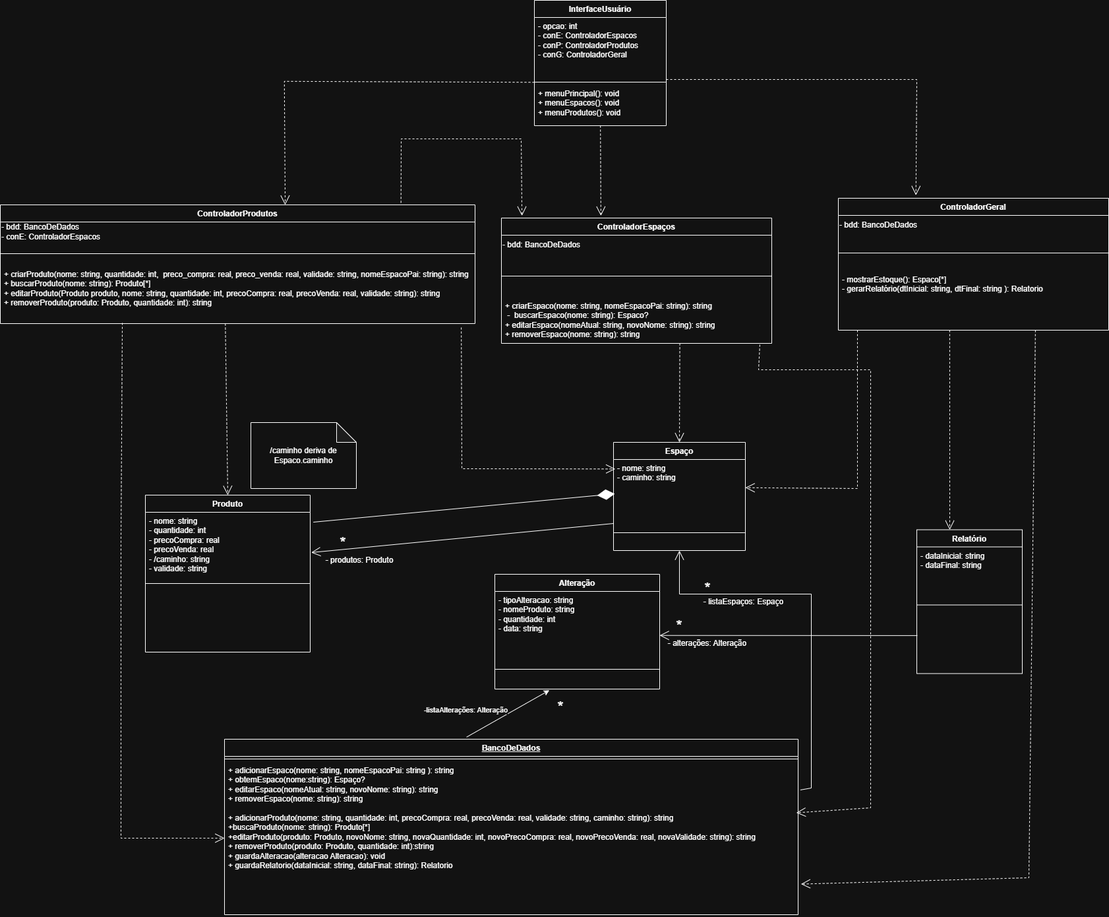
The draw.io diagram Documentos/diagramaDeClasses.png in ryquelmee/Controle-de-Estoque---Bar, before a commit. Source tidied: cells renumbered, new cells last; positions are measured from the earlier drawing's top-left corner, leaving out a move shared by most shapes.
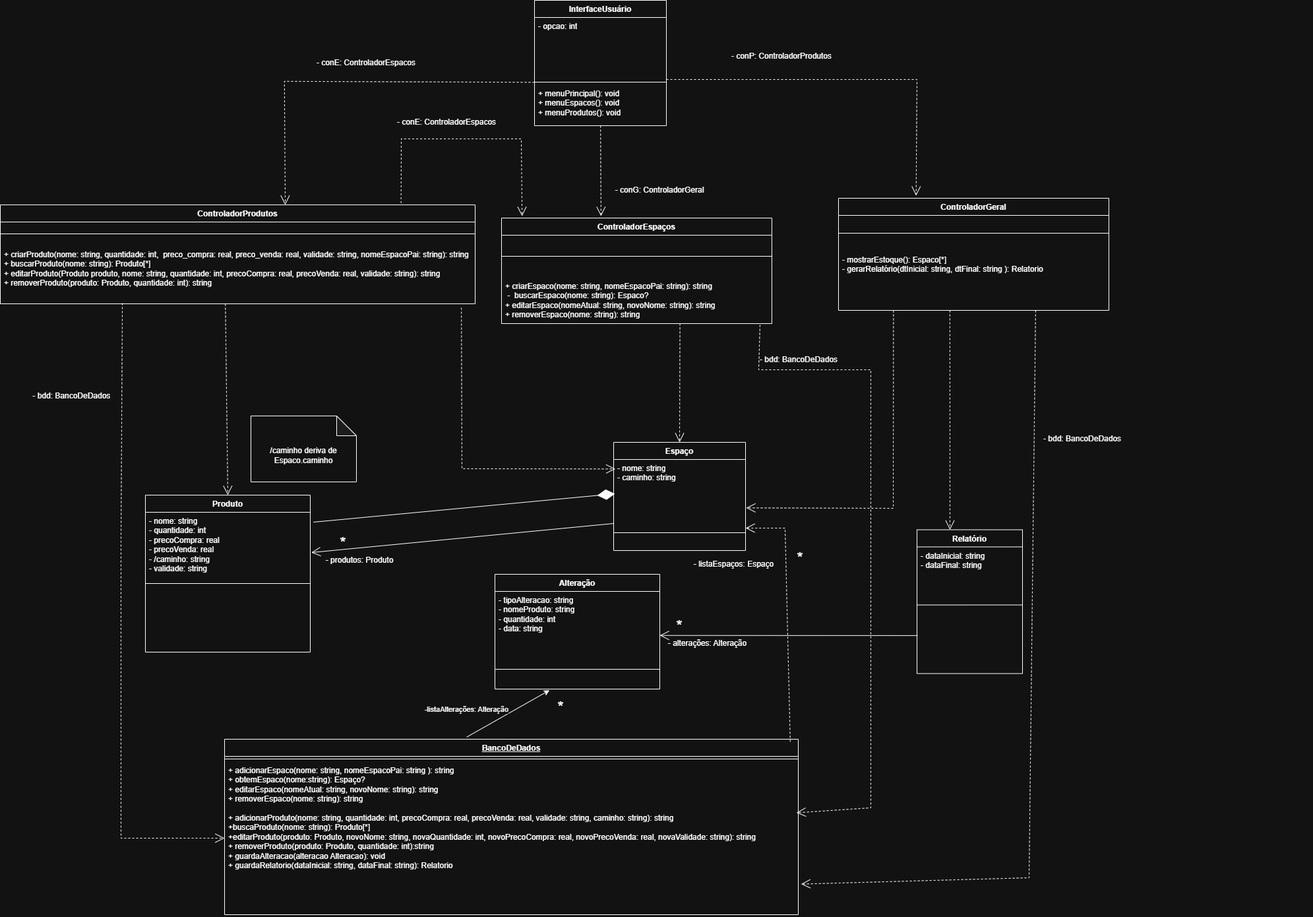
Above is the later version.

What changed in the source:
```diff
@@ -5,7 +5,7 @@
     <mxCell id="2" value="InterfaceUsuário" style="swimlane;fontStyle=1;align=center;verticalAlign=top;horizontal=1;startSize=26;whiteSpace=wrap;html=1;" parent="1" vertex="1">
       <mxGeometry x="810" width="200" height="190" as="geometry" />
     </mxCell>
-    <mxCell id="3" value="- opcao: int&lt;div&gt;- conE: ControladorEspacos&lt;/div&gt;&lt;div&gt;- conP: ControladorProdutos&lt;/div&gt;&lt;div&gt;- conG: ControladorGeral&lt;br&gt;&lt;div&gt;&lt;br&gt;&lt;/div&gt;&lt;/div&gt;" style="text;strokeColor=none;fillColor=none;align=left;verticalAlign=top;spacingLeft=4;spacingRight=4;overflow=hidden;whiteSpace=wrap;html=1;" parent="2" vertex="1">
+    <mxCell id="3" value="- opcao: int&lt;div&gt;&lt;br&gt;&lt;/div&gt;&lt;div&gt;&lt;br&gt;&lt;/div&gt;&lt;div&gt;&lt;div&gt;&lt;br&gt;&lt;/div&gt;&lt;/div&gt;" style="text;strokeColor=none;fillColor=none;align=left;verticalAlign=top;spacingLeft=4;spacingRight=4;overflow=hidden;whiteSpace=wrap;html=1;" parent="2" vertex="1">
       <mxGeometry y="26" width="200" height="94" as="geometry" />
     </mxCell>
     <mxCell id="4" style="line;strokeWidth=1;fillColor=none;align=left;verticalAlign=middle;spacingTop=-1;spacingLeft=3;spacingRight=3;labelPosition=right;strokeColor=inherit;" parent="2" vertex="1">
@@ -15,40 +15,31 @@
       <mxGeometry y="128" width="200" height="62" as="geometry" />
     </mxCell>
     <mxCell id="6" value="ControladorEspaços" style="swimlane;fontStyle=1;align=center;verticalAlign=top;horizontal=1;startSize=26;whiteSpace=wrap;html=1;" parent="1" vertex="1">
-      <mxGeometry x="760" y="330" width="410" height="190" as="geometry" />
+      <mxGeometry x="760" y="330" width="410" height="160" as="geometry" />
     </mxCell>
-    <mxCell id="7" value="- bdd: BancoDeDados&amp;nbsp;" style="text;html=1;whiteSpace=wrap;strokeColor=none;fillColor=none;align=left;verticalAlign=middle;rounded=0;" parent="6" vertex="1">
-      <mxGeometry y="26" width="410" height="30" as="geometry" />
-    </mxCell>
     <mxCell id="8" style="line;strokeWidth=1;fillColor=none;align=left;verticalAlign=middle;spacingTop=-1;spacingLeft=3;spacingRight=3;labelPosition=right;strokeColor=inherit;" parent="6" vertex="1">
-      <mxGeometry y="56" width="410" height="64" as="geometry" />
+      <mxGeometry y="26" width="410" height="64" as="geometry" />
     </mxCell>
     <mxCell id="9" value="&lt;div&gt;+ criarEspaco(nome: string, nomeEspacoPai: string): string&lt;/div&gt;&lt;div&gt;&amp;nbsp;-&amp;nbsp; buscarEspaco(nome: string): Espaco?&lt;/div&gt;&lt;div&gt;+ editarEspaco(nomeAtual: string, novoNome: string): string&lt;/div&gt;&lt;div&gt;+ removerEspaco(nome: string): string&lt;/div&gt;" style="text;strokeColor=none;fillColor=none;align=left;verticalAlign=top;spacingLeft=4;spacingRight=4;overflow=hidden;points=[[0,0.5],[1,0.5]];portConstraint=eastwest;whiteSpace=wrap;html=1;" parent="6" vertex="1">
-      <mxGeometry y="120" width="410" height="70" as="geometry" />
+      <mxGeometry y="90" width="410" height="70" as="geometry" />
     </mxCell>
     <mxCell id="10" value="ControladorGeral" style="swimlane;fontStyle=1;align=center;verticalAlign=top;horizontal=1;startSize=26;whiteSpace=wrap;html=1;" parent="1" vertex="1">
-      <mxGeometry x="1271" y="300" width="410" height="200" as="geometry" />
+      <mxGeometry x="1271" y="300" width="410" height="170" as="geometry" />
     </mxCell>
-    <mxCell id="11" value="- bdd: BancoDeDados" style="text;html=1;whiteSpace=wrap;strokeColor=none;fillColor=none;align=left;verticalAlign=middle;rounded=0;" parent="10" vertex="1">
-      <mxGeometry y="26" width="410" height="30" as="geometry" />
-    </mxCell>
     <mxCell id="12" style="line;strokeWidth=1;fillColor=none;align=left;verticalAlign=middle;spacingTop=-1;spacingLeft=3;spacingRight=3;labelPosition=right;strokeColor=inherit;" parent="10" vertex="1">
-      <mxGeometry y="56" width="410" height="54" as="geometry" />
+      <mxGeometry y="26" width="410" height="54" as="geometry" />
     </mxCell>
     <mxCell id="13" value="&lt;div&gt;- mostrarEstoque(): Espaco[*]&lt;/div&gt;&lt;div&gt;- gerarRelatório(dtInicial: string, dtFinal: string ): Relatorio&lt;/div&gt;&lt;div&gt;&lt;br&gt;&lt;/div&gt;" style="text;strokeColor=none;fillColor=none;align=left;verticalAlign=top;spacingLeft=4;spacingRight=4;overflow=hidden;points=[[0,0.5],[1,0.5]];portConstraint=eastwest;whiteSpace=wrap;html=1;" parent="10" vertex="1">
-      <mxGeometry y="110" width="410" height="90" as="geometry" />
+      <mxGeometry y="80" width="410" height="90" as="geometry" />
     </mxCell>
     <mxCell id="14" value="ControladorProdutos" style="swimlane;fontStyle=1;align=center;verticalAlign=top;horizontal=1;startSize=26;whiteSpace=wrap;html=1;" parent="1" vertex="1">
-      <mxGeometry y="310" width="720" height="180" as="geometry" />
+      <mxGeometry y="310" width="720" height="150" as="geometry" />
     </mxCell>
-    <mxCell id="15" value="- bdd: BancoDeDados&amp;nbsp;&lt;div&gt;- conE: ControladorEspacos&lt;/div&gt;" style="text;html=1;whiteSpace=wrap;strokeColor=none;fillColor=none;align=left;verticalAlign=middle;rounded=0;" parent="14" vertex="1">
-      <mxGeometry y="26" width="720" height="30" as="geometry" />
-    </mxCell>
     <mxCell id="16" style="line;strokeWidth=1;fillColor=none;align=left;verticalAlign=middle;spacingTop=-1;spacingLeft=3;spacingRight=3;labelPosition=right;strokeColor=inherit;" parent="14" vertex="1">
-      <mxGeometry y="56" width="720" height="36" as="geometry" />
+      <mxGeometry y="26" width="720" height="36" as="geometry" />
     </mxCell>
     <mxCell id="17" value="&lt;div&gt;+ criarProduto(nome: string, quantidade: int,&amp;nbsp; preco_compra: real, preco_venda: real, validade: string, nomeEspacoPai: string): string&lt;/div&gt;&lt;div&gt;+ buscarProduto(nome: string): Produto[*]&lt;/div&gt;&lt;div&gt;+ editarProduto(Produto produto, nome: string, quantidade: int, precoCompra: real, precoVenda: real, validade: string): string&lt;/div&gt;&lt;div&gt;+ removerProduto(produto: Produto, quantidade: int): string&lt;/div&gt;&lt;div&gt;&lt;br&gt;&lt;/div&gt;" style="text;strokeColor=none;fillColor=none;align=left;verticalAlign=top;spacingLeft=4;spacingRight=4;overflow=hidden;points=[[0,0.5],[1,0.5]];portConstraint=eastwest;whiteSpace=wrap;html=1;" parent="14" vertex="1">
-      <mxGeometry y="92" width="720" height="88" as="geometry" />
+      <mxGeometry y="62" width="720" height="88" as="geometry" />
     </mxCell>
     <mxCell id="18" value="Espaço" style="swimlane;fontStyle=1;align=center;verticalAlign=top;horizontal=1;startSize=26;whiteSpace=wrap;html=1;" parent="1" vertex="1">
       <mxGeometry x="930" y="670" width="200" height="164" as="geometry" />
@@ -177,17 +168,8 @@
         </Array>
       </mxGeometry>
     </mxCell>
-    <mxCell id="51" style="endArrow=open;endFill=1;endSize=12;html=1;rounded=0;exitX=1.004;exitY=0.185;exitDx=0;exitDy=0;exitPerimeter=0;entryX=0.5;entryY=1;entryDx=0;entryDy=0;" parent="1" edge="1" source="31" target="18">
-      <mxGeometry relative="1" as="geometry">
-        <Array as="points">
-          <mxPoint x="1230" y="1194" />
-          <mxPoint x="1230" y="900" />
-          <mxPoint x="1030" y="900" />
-        </Array>
-      </mxGeometry>
-    </mxCell>
     <mxCell id="52" value="- listaEspaços: Espaço" style="text;html=1;whiteSpace=wrap;strokeColor=none;fillColor=none;align=center;verticalAlign=middle;rounded=0;" parent="1" vertex="1">
-      <mxGeometry x="1030" y="896.5" width="195" height="30" as="geometry" />
+      <mxGeometry x="1015" y="840" width="195" height="30" as="geometry" />
     </mxCell>
     <mxCell id="53" style="endArrow=open;endSize=12;dashed=1;html=1;rounded=0;exitX=0.956;exitY=1.029;exitDx=0;exitDy=0;exitPerimeter=0;entryX=0.997;entryY=0.334;entryDx=0;entryDy=0;entryPerimeter=0;" parent="1" edge="1" source="9" target="31">
       <mxGeometry relative="1" as="geometry">
@@ -199,7 +181,7 @@
       </mxGeometry>
     </mxCell>
     <mxCell id="54" value="&lt;font style=&quot;font-size: 24px;&quot;&gt;*&lt;/font&gt;" style="text;html=1;whiteSpace=wrap;strokeColor=none;fillColor=none;align=center;verticalAlign=middle;rounded=0;" parent="1" vertex="1">
-      <mxGeometry x="1042.5" y="880" width="60" height="23" as="geometry" />
+      <mxGeometry x="1183" y="834" width="60" height="23" as="geometry" />
     </mxCell>
     <mxCell id="55" style="endArrow=classic;html=1;rounded=0;entryX=0.331;entryY=1.068;entryDx=0;entryDy=0;entryPerimeter=0;exitX=0.422;exitY=-0.012;exitDx=0;exitDy=0;exitPerimeter=0;" parent="1" edge="1" source="29" target="35">
       <mxGeometry relative="1" as="geometry" />
@@ -216,7 +198,7 @@
       <mxGeometry relative="1" as="geometry" />
     </mxCell>
     <mxCell id="59" style="shape=note;whiteSpace=wrap;html=1;backgroundOutline=1;darkOpacity=0.05;" parent="1" vertex="1">
-      <mxGeometry x="380" y="640" width="160" height="100" as="geometry" />
+      <mxGeometry x="380" y="630" width="160" height="100" as="geometry" />
     </mxCell>
     <mxCell id="60" value="/caminho deriva de Espaco.caminho" style="text;html=1;whiteSpace=wrap;strokeColor=none;fillColor=none;align=center;verticalAlign=middle;rounded=0;" parent="1" vertex="1">
       <mxGeometry x="395" y="675" width="130" height="30" as="geometry" />
@@ -229,13 +211,42 @@
         </Array>
       </mxGeometry>
     </mxCell>
-    <mxCell id="62" style="endArrow=open;endSize=12;dashed=1;html=1;rounded=0;exitX=0.412;exitY=1;exitDx=0;exitDy=0;exitPerimeter=0;" parent="1" edge="1" target="19">
-      <mxGeometry x="-0.1" y="3" relative="1" as="geometry">
-        <mxPoint x="1300" y="500" as="sourcePoint" />
-        <Array as="points">
-          <mxPoint x="1300" y="740" />
-        </Array>
-      </mxGeometry>
-    </mxCell>
+    <mxCell id="11" value="- bdd: BancoDeDados" style="text;html=1;whiteSpace=wrap;strokeColor=none;fillColor=none;align=left;verticalAlign=middle;rounded=0;" parent="1" vertex="1">
+      <mxGeometry x="1580" y="650" width="410" height="30" as="geometry" />
+    </mxCell>
+    <mxCell id="7" value="- bdd: BancoDeDados&amp;nbsp;" style="text;html=1;whiteSpace=wrap;strokeColor=none;fillColor=none;align=left;verticalAlign=middle;rounded=0;" parent="1" vertex="1">
+      <mxGeometry x="1150" y="530" width="410" height="30" as="geometry" />
+    </mxCell>
+    <mxCell id="63" value="&lt;span style=&quot;text-align: left;&quot;&gt;- bdd: BancoDeDados&amp;nbsp;&lt;/span&gt;" style="text;html=1;whiteSpace=wrap;strokeColor=none;fillColor=none;align=center;verticalAlign=middle;rounded=0;" parent="1" vertex="1">
+      <mxGeometry y="585" width="220" height="30" as="geometry" />
+    </mxCell>
+    <mxCell id="64" value="&lt;span style=&quot;text-align: left;&quot;&gt;- conE: ControladorEspacos&lt;/span&gt;" style="text;html=1;whiteSpace=wrap;strokeColor=none;fillColor=none;align=center;verticalAlign=middle;rounded=0;" parent="1" vertex="1">
+      <mxGeometry x="450" y="80" width="210" height="30" as="geometry" />
+    </mxCell>
+    <mxCell id="65" value="&lt;span style=&quot;text-align: left;&quot;&gt;- conP: ControladorProdutos&lt;/span&gt;" style="text;html=1;whiteSpace=wrap;strokeColor=none;fillColor=none;align=center;verticalAlign=middle;rounded=0;" parent="1" vertex="1">
+      <mxGeometry x="1090" y="70" width="190" height="30" as="geometry" />
+    </mxCell>
+    <mxCell id="66" value="- conG: ControladorGeral&lt;br&gt;&lt;div&gt;&lt;br style=&quot;text-align: left;&quot;&gt;&lt;/div&gt;" style="text;html=1;whiteSpace=wrap;strokeColor=none;fillColor=none;align=center;verticalAlign=middle;rounded=0;" parent="1" vertex="1">
+      <mxGeometry x="920" y="280" width="160" height="30" as="geometry" />
+    </mxCell>
+    <mxCell id="15" value="&lt;div&gt;- conE: ControladorEspacos&lt;/div&gt;" style="text;html=1;whiteSpace=wrap;strokeColor=none;fillColor=none;align=left;verticalAlign=middle;rounded=0;" parent="1" vertex="1">
+      <mxGeometry x="600" y="170" width="180" height="30" as="geometry" />
+    </mxCell>
+    <mxCell id="67" style="endArrow=open;endSize=12;dashed=1;html=1;rounded=0;entryX=1.005;entryY=0.873;entryDx=0;entryDy=0;exitX=0.412;exitY=1;exitDx=0;exitDy=0;exitPerimeter=0;entryPerimeter=0;" parent="1" edge="1" target="19">
+      <mxGeometry x="-0.1" y="3" relative="1" as="geometry">
+        <mxPoint x="1354.3" y="470" as="sourcePoint" />
+        <Array as="points">
+          <mxPoint x="1354" y="770" />
+        </Array>
+      </mxGeometry>
+    </mxCell>
+    <mxCell id="68" style="endArrow=open;endSize=12;dashed=1;html=1;rounded=0;exitX=0.986;exitY=0.014;exitDx=0;exitDy=0;exitPerimeter=0;" parent="1" edge="1" source="29">
+      <mxGeometry relative="1" as="geometry">
+        <mxPoint x="1130" y="800" as="targetPoint" />
+        <Array as="points">
+          <mxPoint x="1190" y="800" />
+        </Array>
+      </mxGeometry>
+    </mxCell>
   </root>
 </mxGraphModel>
```
